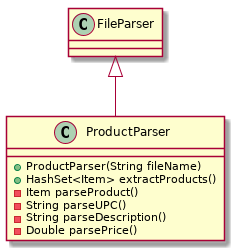
Before: out/plantuml/fileparser/productparser/productparser.png, a diagram exported from PlantUML (Peter408/POST-console-application).
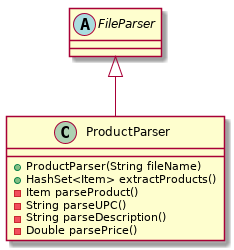
The same diagram one commit later.

Diff of the diagram source:
```diff
@@ -1,5 +1,5 @@
-@startuml
-class FileParser
+@startuml productparser
+abstract class FileParser
 class ProductParser {
     + ProductParser(String fileName)
     + HashSet<Item> extractProducts()
```
